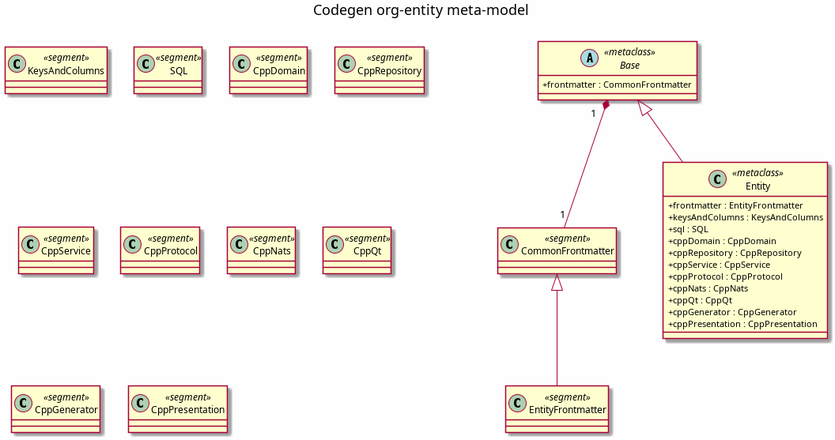
The PlantUML diagram projects/ores.codegen/modeling/org_entity_meta_model.png in OreStudio/OreStudio, before a commit. Its source is kept beside it as projects/ores.codegen/modeling/org_entity_meta_model.puml. Its diagram source:
```plantuml
@startuml

title Codegen org-entity meta-model

skinparam backgroundColor #FEFEFE
skinparam classAttributeIconSize 0

class CommonFrontmatter <<segment>>
class EntityFrontmatter <<segment>>
CommonFrontmatter <|-- EntityFrontmatter

abstract class Base <<metaclass>> {
  +frontmatter : CommonFrontmatter
}
Base "1" *-- "1" CommonFrontmatter

class Entity <<metaclass>> {
  +frontmatter : EntityFrontmatter
  +keysAndColumns : KeysAndColumns
  +sql : SQL
  +cppDomain : CppDomain
  +cppRepository : CppRepository
  +cppService : CppService
  +cppProtocol : CppProtocol
  +cppNats : CppNats
  +cppQt : CppQt
  +cppGenerator : CppGenerator
  +cppPresentation : CppPresentation
}
Base <|-- Entity

class KeysAndColumns <<segment>>
class SQL <<segment>>
class CppDomain <<segment>>
class CppRepository <<segment>>
class CppService <<segment>>
class CppProtocol <<segment>>
class CppNats <<segment>>
class CppQt <<segment>>
class CppGenerator <<segment>>
class CppPresentation <<segment>>

@enduml
```
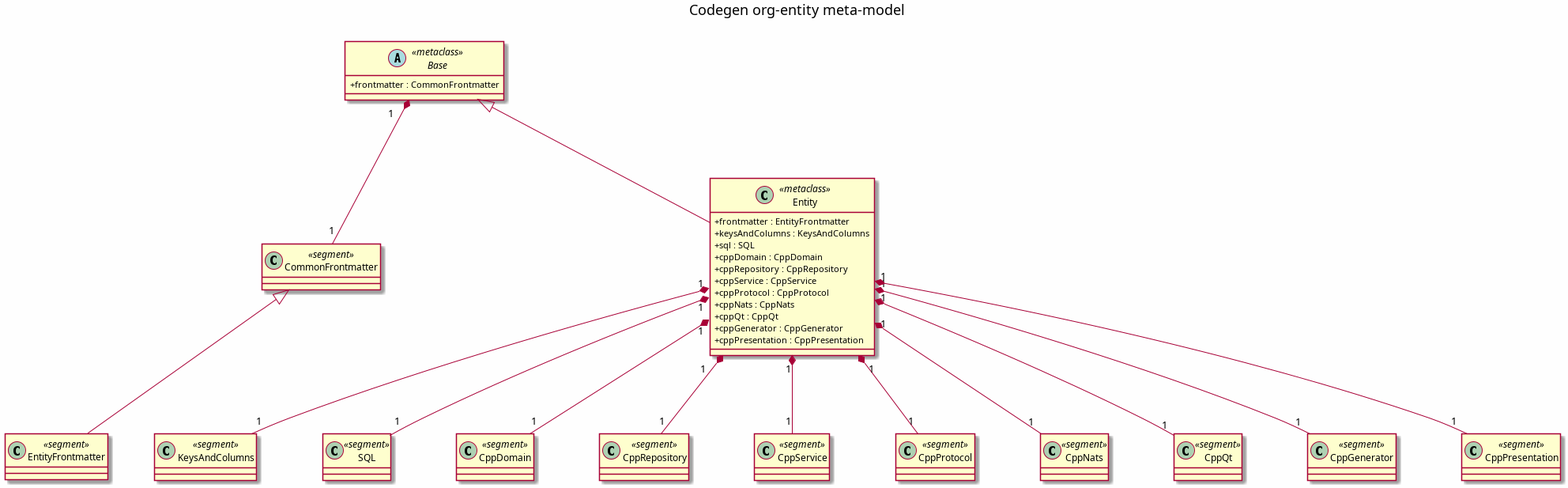
Later version of the same file.

Diff of the diagram source:
```diff
@@ -40,4 +40,15 @@
 class CppGenerator <<segment>>
 class CppPresentation <<segment>>
 
+Entity "1" *-- "1" KeysAndColumns
+Entity "1" *-- "1" SQL
+Entity "1" *-- "1" CppDomain
+Entity "1" *-- "1" CppRepository
+Entity "1" *-- "1" CppService
+Entity "1" *-- "1" CppProtocol
+Entity "1" *-- "1" CppNats
+Entity "1" *-- "1" CppQt
+Entity "1" *-- "1" CppGenerator
+Entity "1" *-- "1" CppPresentation
+
 @enduml
```
